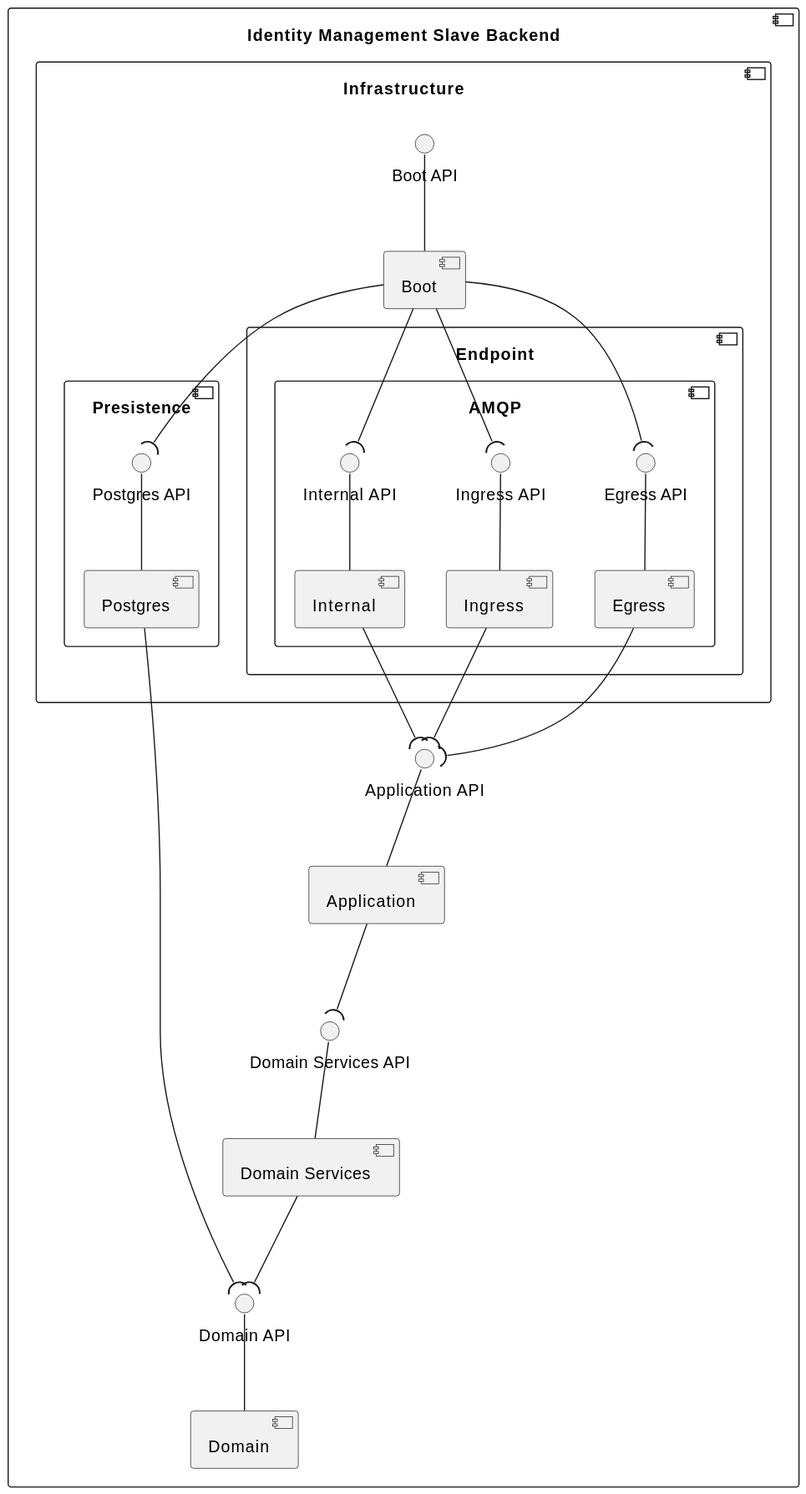
Earlier version of the PlantUML export docs/architecture/diagrams/logical/logical-view-level3-identity-management-slave-backend.svg (FilipeMCruz/sensae-console). Its diagram source:
```plantuml
@startuml logical-view-level3-identity-management-slave-backend

skinparam Monochrome true

component "Identity Management Slave Backend" {
    component "Application" as APP
    component "Domain" as DOM
    component "Domain Services" as DOM_SERV
    component "Infrastructure" as INFRA {
        component "Boot" as BOOT
        component "Presistence" as PERSIST {
            component "Postgres" as POSTG
            interface "Postgres API" as POSTG_API
        }
        component "Endpoint" as ENDPOINT {
            component "AMQP" as AMQP {
                component "Egress" as EGRESS
                component "Ingress" as INGRESS
                component "Internal" as INTERNAL
                interface "Egress API" as EGRESS_API
                interface "Ingress API" as INGRESS_API
                interface "Internal API" as INTERNAL_API
            }
        }
        interface "Boot API" as BOOT_API
    }

    interface "Application API" as APP_API
    interface "Domain API" as DOM_API
    interface "Domain Services API" as DOM_SERV_API

    DOM_API -- DOM
    DOM_SERV_API -- DOM_SERV

    EGRESS_API -- EGRESS
    INGRESS_API -- INGRESS
    INTERNAL_API -- INTERNAL

    POSTG_API -- POSTG

    APP_API -- APP
    BOOT_API -- BOOT

    EGRESS --( APP_API
    INGRESS --( APP_API
    INTERNAL --( APP_API
    POSTG --( DOM_API
    APP --( DOM_SERV_API
    DOM_SERV --( DOM_API
    BOOT --( INTERNAL_API
    BOOT --( POSTG_API
    BOOT --( EGRESS_API
    BOOT --( INGRESS_API
}

@enduml
```
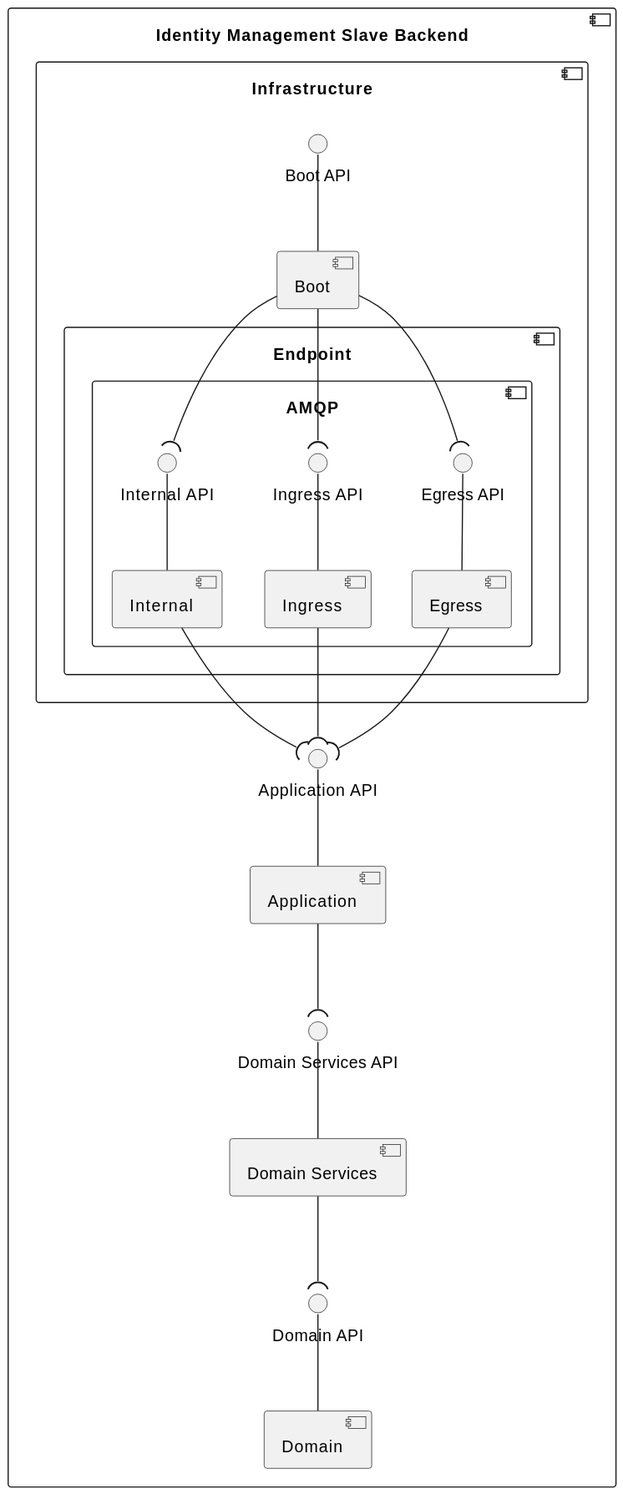
The same diagram one commit later.

Change to the diagram source:
```diff
@@ -8,10 +8,6 @@
     component "Domain Services" as DOM_SERV
     component "Infrastructure" as INFRA {
         component "Boot" as BOOT
-        component "Presistence" as PERSIST {
-            component "Postgres" as POSTG
-            interface "Postgres API" as POSTG_API
-        }
         component "Endpoint" as ENDPOINT {
             component "AMQP" as AMQP {
                 component "Egress" as EGRESS
@@ -36,19 +32,15 @@
     INGRESS_API -- INGRESS
     INTERNAL_API -- INTERNAL
 
-    POSTG_API -- POSTG
-
     APP_API -- APP
     BOOT_API -- BOOT
 
     EGRESS --( APP_API
     INGRESS --( APP_API
     INTERNAL --( APP_API
-    POSTG --( DOM_API
     APP --( DOM_SERV_API
     DOM_SERV --( DOM_API
     BOOT --( INTERNAL_API
-    BOOT --( POSTG_API
     BOOT --( EGRESS_API
     BOOT --( INGRESS_API
 }
```
